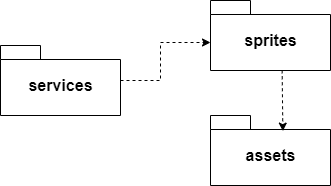
Earlier version of the draw.io export dokumentaatio/kuvat/pakkauskaavio.png (NooraKemp/ot-harjoitustyo). Source tidied: cells renumbered, new cells last; positions are measured from the earlier drawing's top-left corner, leaving out a move shared by most shapes.
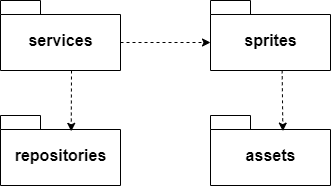
After the change.

The edit, as a diff of the source:
```diff
@@ -3,7 +3,7 @@
     <mxCell id="0" />
     <mxCell id="1" parent="0" />
     <mxCell id="2" value="&lt;font style=&quot;font-size: 16px&quot;&gt;services&lt;/font&gt;" style="shape=folder;fontStyle=1;spacingTop=10;tabWidth=40;tabHeight=14;tabPosition=left;html=1;" parent="1" vertex="1">
-      <mxGeometry y="45" width="120" height="70" as="geometry" />
+      <mxGeometry width="120" height="70" as="geometry" />
     </mxCell>
     <mxCell id="3" value="&lt;font style=&quot;font-size: 16px&quot;&gt;sprites&lt;/font&gt;" style="shape=folder;fontStyle=1;spacingTop=10;tabWidth=40;tabHeight=14;tabPosition=left;html=1;" parent="1" vertex="1">
       <mxGeometry x="210" width="120" height="70" as="geometry" />
@@ -11,17 +11,29 @@
     <mxCell id="4" value="&lt;font style=&quot;font-size: 16px&quot;&gt;assets&lt;/font&gt;" style="shape=folder;fontStyle=1;spacingTop=10;tabWidth=40;tabHeight=14;tabPosition=left;html=1;" parent="1" vertex="1">
       <mxGeometry x="210" y="115" width="120" height="70" as="geometry" />
     </mxCell>
-    <mxCell id="5" style="endArrow=classic;html=1;rounded=0;fontSize=16;dashed=1;entryX=0;entryY=0;entryDx=0;entryDy=42;entryPerimeter=0;" parent="1" edge="1" target="3">
+    <mxCell id="5" style="endArrow=classic;html=1;rounded=0;fontSize=16;dashed=1;entryX=0;entryY=0;entryDx=0;entryDy=42;entryPerimeter=0;exitX=0;exitY=0;exitDx=120;exitDy=42;exitPerimeter=0;" parent="1" edge="1" source="2" target="3">
       <mxGeometry relative="1" as="geometry">
-        <mxPoint x="120" y="80" as="sourcePoint" />
         <Array as="points">
-          <mxPoint x="160" y="80" />
+          <mxPoint x="130" y="42" />
           <mxPoint x="160" y="42" />
         </Array>
       </mxGeometry>
     </mxCell>
     <mxCell id="6" style="endArrow=classic;html=1;rounded=0;dashed=1;fontSize=16;exitX=0.597;exitY=0.997;exitDx=0;exitDy=0;exitPerimeter=0;entryX=0.603;entryY=0.223;entryDx=0;entryDy=0;entryPerimeter=0;" parent="1" edge="1" source="3" target="4">
-      <mxGeometry relative="1" as="geometry" />
+      <mxGeometry relative="1" as="geometry">
+        <Array as="points">
+          <mxPoint x="282" y="100" />
+        </Array>
+      </mxGeometry>
     </mxCell>
+    <mxCell id="7" value="&lt;font style=&quot;font-size: 16px&quot;&gt;repositories&lt;/font&gt;" style="shape=folder;fontStyle=1;spacingTop=10;tabWidth=40;tabHeight=14;tabPosition=left;html=1;" parent="1" vertex="1">
+      <mxGeometry y="115" width="120" height="70" as="geometry" />
+    </mxCell>
+    <mxCell id="8" style="endArrow=classic;html=1;rounded=0;dashed=1;fontSize=16;entryX=0.603;entryY=0.223;entryDx=0;entryDy=0;entryPerimeter=0;" parent="1" edge="1">
+      <mxGeometry relative="1" as="geometry">
+        <mxPoint x="71" y="70" as="sourcePoint" />
+        <mxPoint x="70.7" y="130.8" as="targetPoint" />
+      </mxGeometry>
+    </mxCell>
   </root>
 </mxGraphModel>
```
